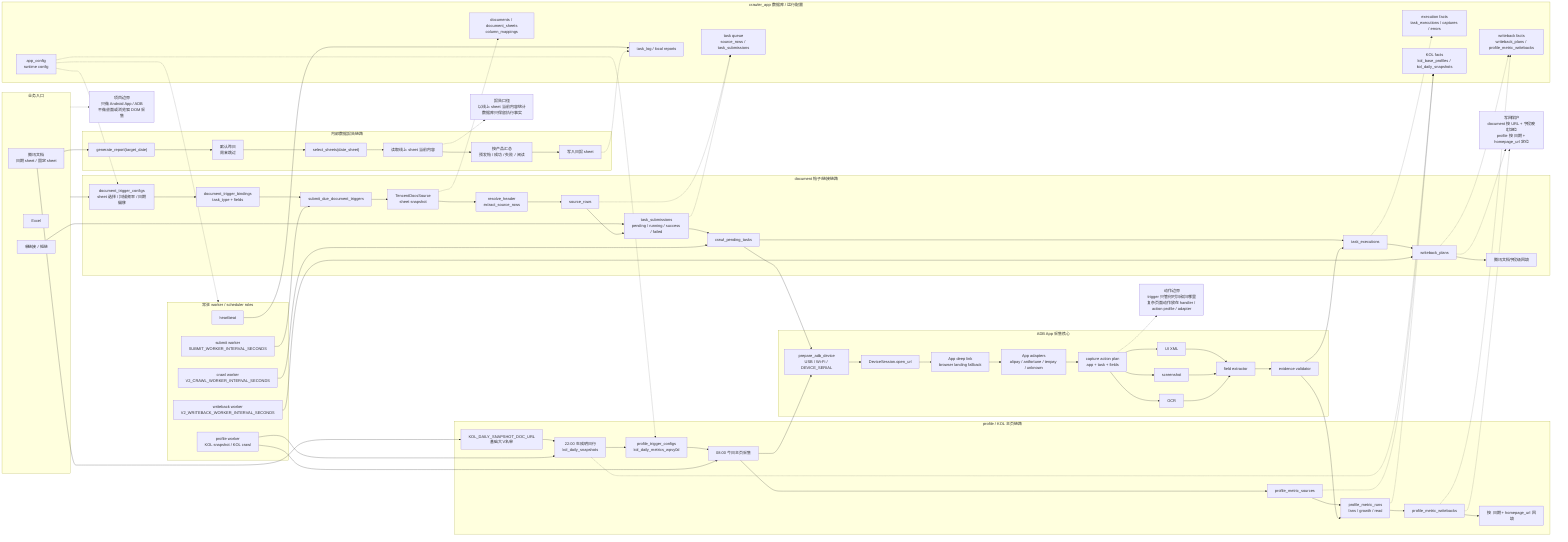
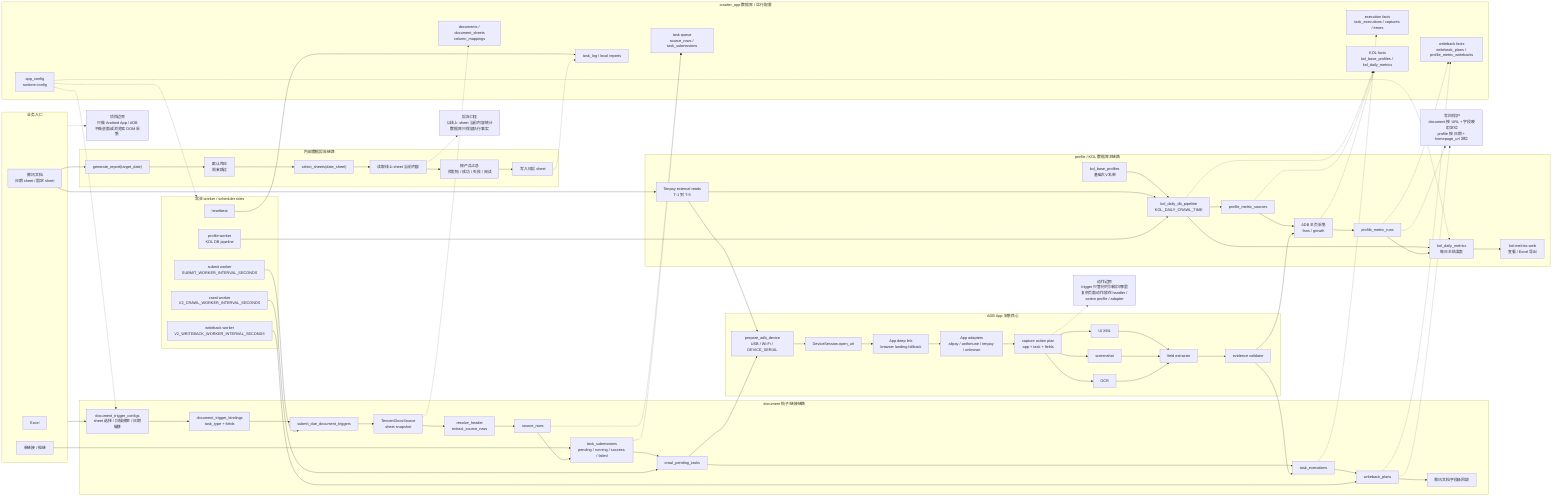
flowchart LR
    %% Maintain this source first, then regenerate docs/assets/adb-crawler-architecture.png.

    subgraph INPUT["业务入口"]
        I1["腾讯文档<br/>日期 sheet / 固定 sheet"]
        I2["Excel"]
        I3["单链接 / 短链"]
    end

    subgraph DOC["document 帖子/链接链路"]
        D1["document_trigger_configs<br/>sheet 选择 / 扫描频率 / 日期偏移"]
        D2["document_trigger_bindings<br/>task_type + fields"]
        D3["submit_due_document_triggers"]
        D4["TencentDocsSource<br/>sheet snapshot"]
        D5["resolve_header<br/>extract_source_rows"]
        D6["source_rows"]
        D7["task_submissions<br/>pending / running / success / failed"]
        D8["crawl_pending_tasks"]
        D9["task_executions"]
        D10["writeback_plans"]
        D11["腾讯文档字段级回填"]
    end

-     subgraph PROFILE["profile / KOL 主页链路"]
-         P1["KOL_DAILY_SNAPSHOT_DOC_URL<br/>基础大V名单"]
-         P2["22:00 生成明日行<br/>kol_daily_snapshots"]
-         P3["profile_trigger_configs<br/>kol_daily_metrics_wpvy0d"]
-         P4["08:00 今日主页采集"]
+     subgraph PROFILE["profile / KOL 数据库主链路"]
+         P1["kol_base_profiles<br/>基础大V名单"]
+         P2["kol_daily_db_pipeline<br/>KOL_DAILY_CRAWL_TIME"]
+         P3["kol_daily_metrics<br/>每日主结果表"]
+         P4["Tenpay external reads<br/>T-1 到 T-5"]
        P5["profile_metric_sources"]
-         P6["profile_metric_runs<br/>fans / growth / read"]
-         P7["profile_metric_writebacks"]
-         P8["按 日期 + homepage_url 回填"]
+         P6["ADB 主页采集<br/>fans / growth"]
+         P7["profile_metric_runs"]
+         P8["kol-metrics-web<br/>查看 / Excel 导出"]
    end

    subgraph REPORT["内部数据报告链路"]
        R1["generate_report(target_date)"]
        R2["默认昨日<br/>周末跳过"]
        R3["select_sheets(date_sheet)"]
        R4["读取线上 sheet 当前内容"]
        R5["按产品汇总<br/>预发帖 / 成功 / 失败 / 阅读"]
        R6["写入日报 sheet"]
    end

    subgraph WORKER["常驻 worker / scheduler roles"]
        W1["submit worker<br/>SUBMIT_WORKER_INTERVAL_SECONDS"]
        W2["crawl worker<br/>V2_CRAWL_WORKER_INTERVAL_SECONDS"]
        W3["writeback worker<br/>V2_WRITEBACK_WORKER_INTERVAL_SECONDS"]
-         W4["profile worker<br/>KOL snapshot / KOL crawl"]
+         W4["profile worker<br/>KOL DB pipeline"]
        W5["heartbeat"]
    end

    subgraph CAPTURE["ADB App 采集核心"]
        C1["prepare_adb_device<br/>USB / Wi-Fi / DEVICE_SERIAL"]
        C2["DeviceSession.open_url"]
        C3["App deep link<br/>browser landing fallback"]
        C4["App adapters<br/>alipay / antfortune / tenpay / unknown"]
        C5["capture action plan<br/>app + task + fields"]
        C6["UI XML"]
        C7["screenshot"]
        C8["OCR"]
        C9["field extractor"]
        C10["evidence validator"]
    end

    subgraph STORAGE["crawler_app 数据库 / 运行配置"]
        S1["app_config<br/>runtime config"]
        S2["documents / document_sheets<br/>column_mappings"]
        S3["task queue<br/>source_rows / task_submissions"]
        S4["execution facts<br/>task_executions / captures / errors"]
        S5["writeback facts<br/>writeback_plans / profile_metric_writebacks"]
-         S6["KOL facts<br/>kol_base_profiles / kol_daily_snapshots"]
+         S6["KOL facts<br/>kol_base_profiles / kol_daily_metrics"]
        S7["task_log / local reports"]
    end

    INPUT --> D1
    I1 --> R1
-     I1 --> P1
+     I1 --> P4
    I3 --> D7

    D1 --> D2 --> D3 --> D4 --> D5 --> D6 --> D7 --> D8 --> D9 --> D10 --> D11
-     P1 --> P2 --> P3 --> P4 --> P5 --> P6 --> P7 --> P8
+     P1 --> P2 --> P3
+     P4 --> P2
+     P2 --> P5 --> P6 --> P7 --> P3 --> P8
    R1 --> R2 --> R3 --> R4 --> R5 --> R6

    W1 --> D3
    W2 --> D8
    W3 --> D10
    W4 --> P2
-     W4 --> P4
    W5 --> S7

    D8 --> C1
    P4 --> C1
    C1 --> C2 --> C3 --> C4 --> C5
    C5 --> C6 --> C9
    C5 --> C7 --> C9
    C5 --> C8 --> C9
    C9 --> C10
    C10 --> D9
    C10 --> P6

    S1 -.-> WORKER
    S1 -.-> D1
    S1 -.-> P3
    D4 -.-> S2
    D6 -.-> S3
    D7 -.-> S3
    D9 -.-> S4
    D10 -.-> S5
    P2 -.-> S6
    P5 -.-> S6
    P6 -.-> S6
    P7 -.-> S5
    R6 -.-> S7

    G1["写回保护<br/>document 按 URL + 字段映射定位<br/>profile 按 日期 + homepage_url 定位"]
    G2["报告口径<br/>以线上 sheet 当前内容统计<br/>数据库只保留执行事实"]
    G3["项目边界<br/>只做 Android App / ADB<br/>不做桌面或浏览器 DOM 采集"]
    G4["动作边界<br/>trigger 只管何时扫和扫哪里<br/>复杂页面动作放在 handler / action profile / adapter"]

    D10 -.-> G1
    P7 -.-> G1
    R4 -.-> G2
    INPUT -.-> G3
    C5 -.-> G4
